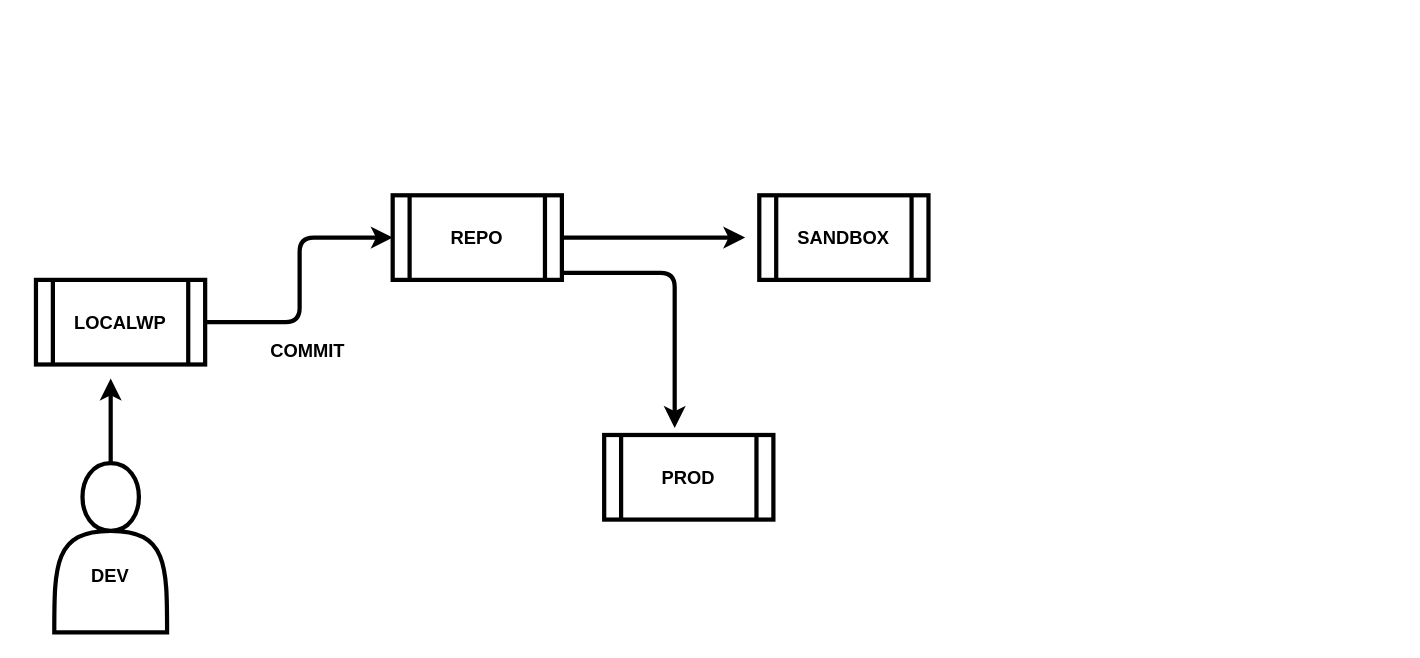
Earlier version of the draw.io diagram ci/dev-wp.drawio (quanhk711/dev-test-). Source tidied: cells renumbered, new cells numbered last; positions are measured from the earlier drawing's top-left corner, leaving out a move shared by most shapes. Both pictures are drawn from the tidied source at 141%, with x=0, y=0 at pixel (25, 195). Pictures stored in the file or linked from it are replaced by grey dashed boxes.
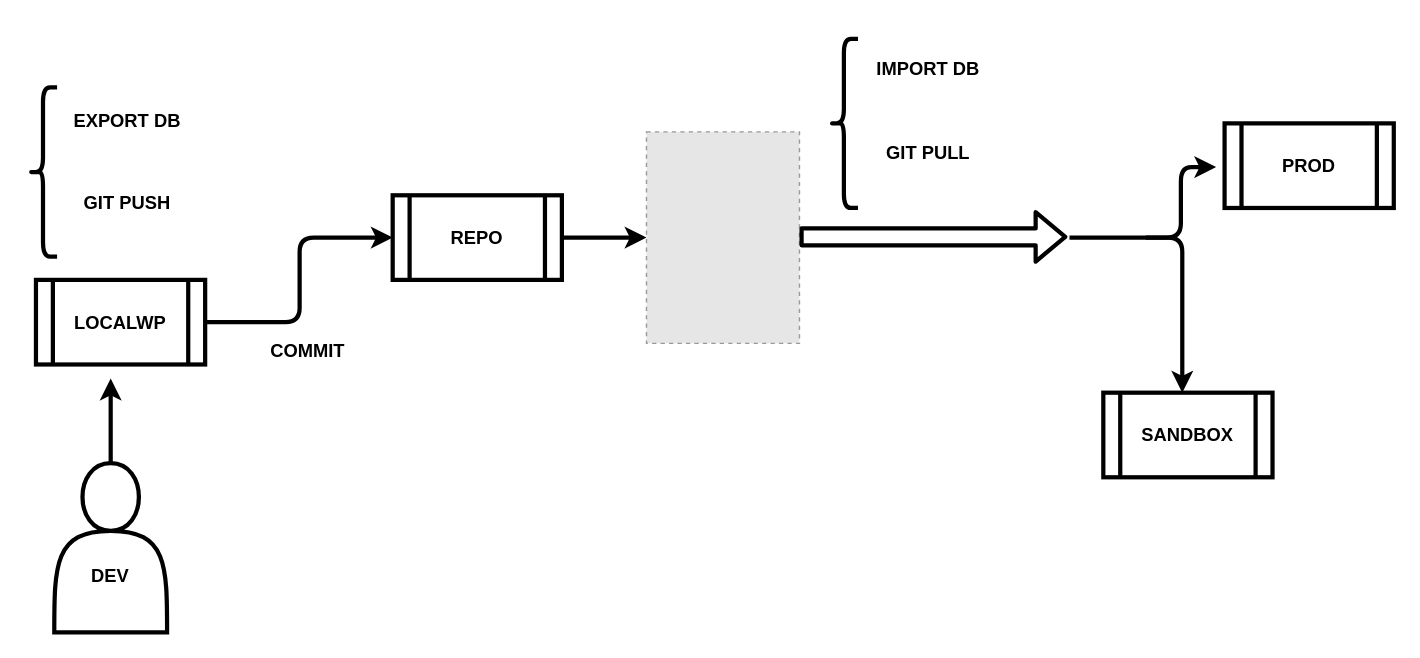
The same page after the edit.

The change refers to these unchanged cells:
```xml
<mxCell id="9" style="shape=process;whiteSpace=wrap;html=1;backgroundOutline=1;strokeWidth=3;fillColor=none;" parent="1" vertex="1">
  <mxGeometry x="260" width="120" height="60" as="geometry" />
</mxCell>
```

Diff of the diagram source:
```diff
@@
     <mxCell id="8" style="edgeStyle=orthogonalEdgeStyle;rounded=0;jettySize=auto;html=1;strokeWidth=3;" parent="1" edge="1" source="9">
       <mxGeometry relative="1" as="geometry">
-        <mxPoint x="510" y="30" as="targetPoint" />
+        <mxPoint x="440" y="30" as="targetPoint" />
       </mxGeometry>
     </mxCell>
@@
     <mxCell id="11" style="shape=process;whiteSpace=wrap;html=1;backgroundOutline=1;strokeWidth=3;fillColor=none;" parent="1" vertex="1">
-      <mxGeometry x="520" width="120" height="60" as="geometry" />
+      <mxGeometry x="764" y="140" width="120" height="60" as="geometry" />
     </mxCell>
@@
     <mxCell id="13" style="shape=process;whiteSpace=wrap;html=1;backgroundOutline=1;strokeWidth=3;fillColor=none;" parent="1" vertex="1">
-      <mxGeometry x="410" y="170" width="120" height="60" as="geometry" />
+      <mxGeometry x="850" y="-51" width="120" height="60" as="geometry" />
     </mxCell>
     <mxCell id="14" value="&lt;b&gt;&lt;font style=&quot;font-size: 13px&quot;&gt;PROD&lt;/font&gt;&lt;/b&gt;" style="rounded=1;whiteSpace=wrap;html=1;strokeWidth=3;opacity=0;" parent="1" vertex="1">
-      <mxGeometry x="410" y="170" width="120" height="60" as="geometry" />
+      <mxGeometry x="850" y="-51" width="120" height="60" as="geometry" />
     </mxCell>
     <mxCell id="15" value="&lt;b&gt;&lt;font style=&quot;font-size: 13px&quot;&gt;SANDBOX&lt;/font&gt;&lt;/b&gt;" style="rounded=1;whiteSpace=wrap;html=1;strokeWidth=3;opacity=0;" parent="1" vertex="1">
-      <mxGeometry x="520" width="120" height="60" as="geometry" />
+      <mxGeometry x="764" y="140" width="120" height="60" as="geometry" />
     </mxCell>
     <mxCell id="16" style="edgeStyle=segmentEdgeStyle;endArrow=classic;html=1;strokeWidth=3;" parent="1" edge="1">
       <mxGeometry relative="1" as="geometry">
-        <mxPoint x="380" y="55" as="sourcePoint" />
-        <mxPoint x="460" y="165" as="targetPoint" />
+        <mxPoint x="740" y="30" as="sourcePoint" />
+        <mxPoint x="820" y="140" as="targetPoint" />
       </mxGeometry>
     </mxCell>
+    <mxCell id="17" style="fillColor=#E6E6E6;strokeColor=#999999;dashed=1;verticalLabelPosition=bottom;labelBackgroundColor=#ffffff;verticalAlign=top;" parent="1" vertex="1">
+      <mxGeometry x="440" y="-45" width="108.5" height="150" as="geometry" />
+    </mxCell>
+    <mxCell id="18" style="shape=flexArrow;endArrow=classic;html=1;strokeWidth=3;" parent="1" edge="1">
+      <mxGeometry relative="1" as="geometry">
+        <mxPoint x="548.5" y="29.5" as="sourcePoint" />
+        <mxPoint x="738.5" y="29.5" as="targetPoint" />
+      </mxGeometry>
+    </mxCell>
+    <mxCell id="19" style="edgeStyle=elbowEdgeStyle;elbow=horizontal;endArrow=classic;html=1;strokeWidth=3;" parent="1" edge="1">
+      <mxGeometry relative="1" as="geometry">
+        <mxPoint x="794" y="30" as="sourcePoint" />
+        <mxPoint x="844" y="-20" as="targetPoint" />
+      </mxGeometry>
+    </mxCell>
+    <mxCell id="20" style="shape=curlyBracket;whiteSpace=wrap;html=1;rounded=1;strokeWidth=3;fillColor=none;" parent="1" vertex="1">
+      <mxGeometry x="570" y="-111" width="20" height="120" as="geometry" />
+    </mxCell>
+    <mxCell id="21" value="&lt;span style=&quot;font-size: 13px&quot;&gt;&lt;b&gt;IMPORT DB&lt;/b&gt;&lt;/span&gt;" style="rounded=1;whiteSpace=wrap;html=1;strokeWidth=3;opacity=0;" parent="1" vertex="1">
+      <mxGeometry x="580" y="-120" width="120" height="60" as="geometry" />
+    </mxCell>
+    <mxCell id="22" value="&lt;b&gt;&lt;font style=&quot;font-size: 13px&quot;&gt;GIT PULL&lt;/font&gt;&lt;/b&gt;" style="rounded=1;whiteSpace=wrap;html=1;strokeWidth=3;opacity=0;" parent="1" vertex="1">
+      <mxGeometry x="580" y="-60" width="120" height="60" as="geometry" />
+    </mxCell>
+    <mxCell id="23" style="shape=curlyBracket;whiteSpace=wrap;html=1;rounded=1;strokeWidth=3;fillColor=none;" parent="1" vertex="1">
+      <mxGeometry x="2" y="-76.5" width="20" height="120" as="geometry" />
+    </mxCell>
+    <mxCell id="24" value="&lt;span style=&quot;font-size: 13px&quot;&gt;&lt;b&gt;EXPORT DB&lt;/b&gt;&lt;/span&gt;" style="rounded=1;whiteSpace=wrap;html=1;strokeWidth=3;opacity=0;" parent="1" vertex="1">
+      <mxGeometry x="12" y="-85.5" width="120" height="65.5" as="geometry" />
+    </mxCell>
+    <mxCell id="25" value="&lt;b&gt;&lt;font style=&quot;font-size: 13px&quot;&gt;GIT PUSH&lt;/font&gt;&lt;/b&gt;" style="rounded=1;whiteSpace=wrap;html=1;strokeWidth=3;opacity=0;" parent="1" vertex="1">
+      <mxGeometry x="12" y="-25.5" width="120" height="60" as="geometry" />
+    </mxCell>
```
